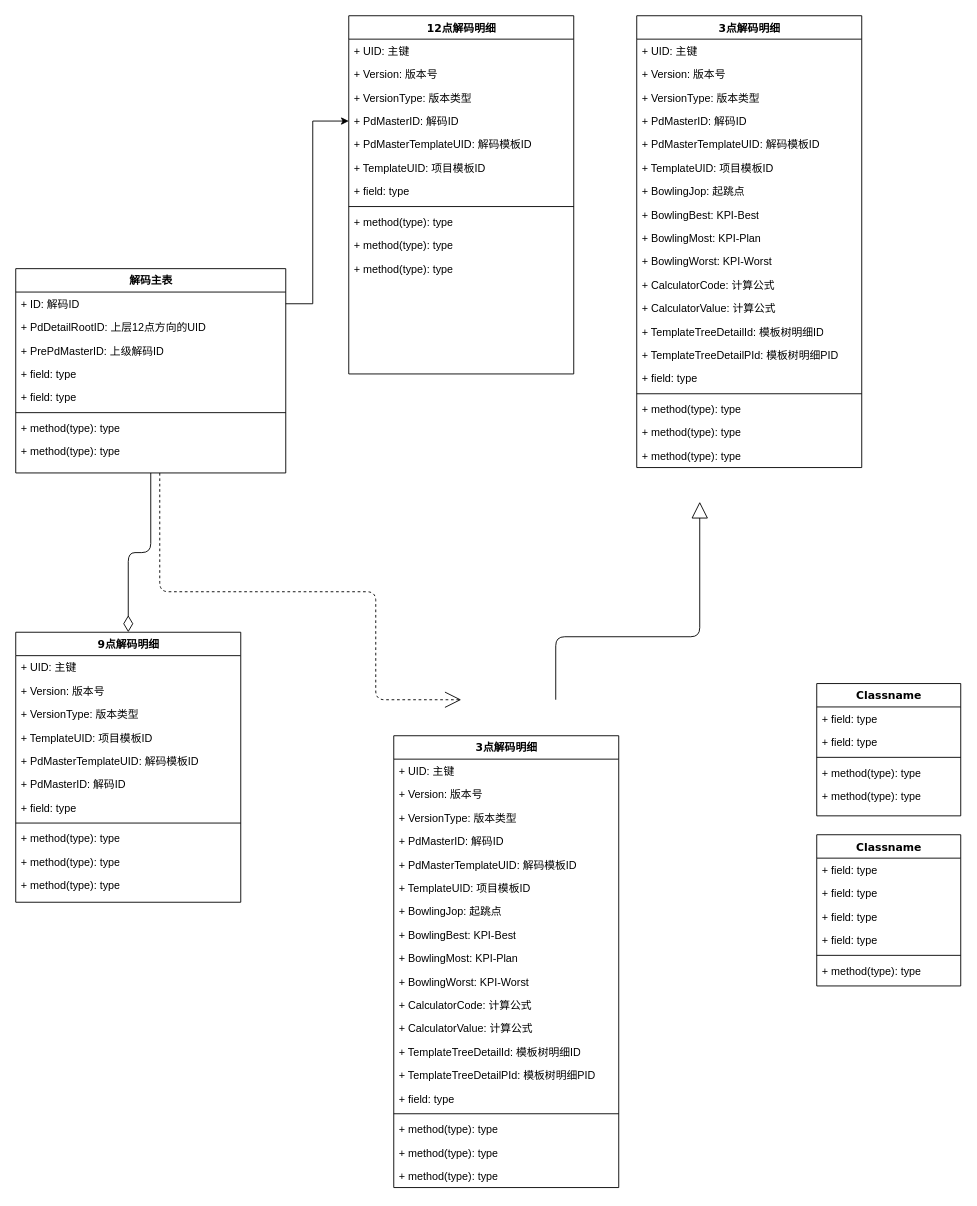
yunhaicaomei/drawio keeps this draw.io diagram as 未命名绘图.drawio. Above is the earlier version. Source tidied: cells renumbered, new cells numbered last; positions are measured from the earlier drawing's top-left corner, leaving out a move shared by most shapes. Both pictures are drawn from the tidied source at 90%, with x=0, y=0 at pixel (15, 15).
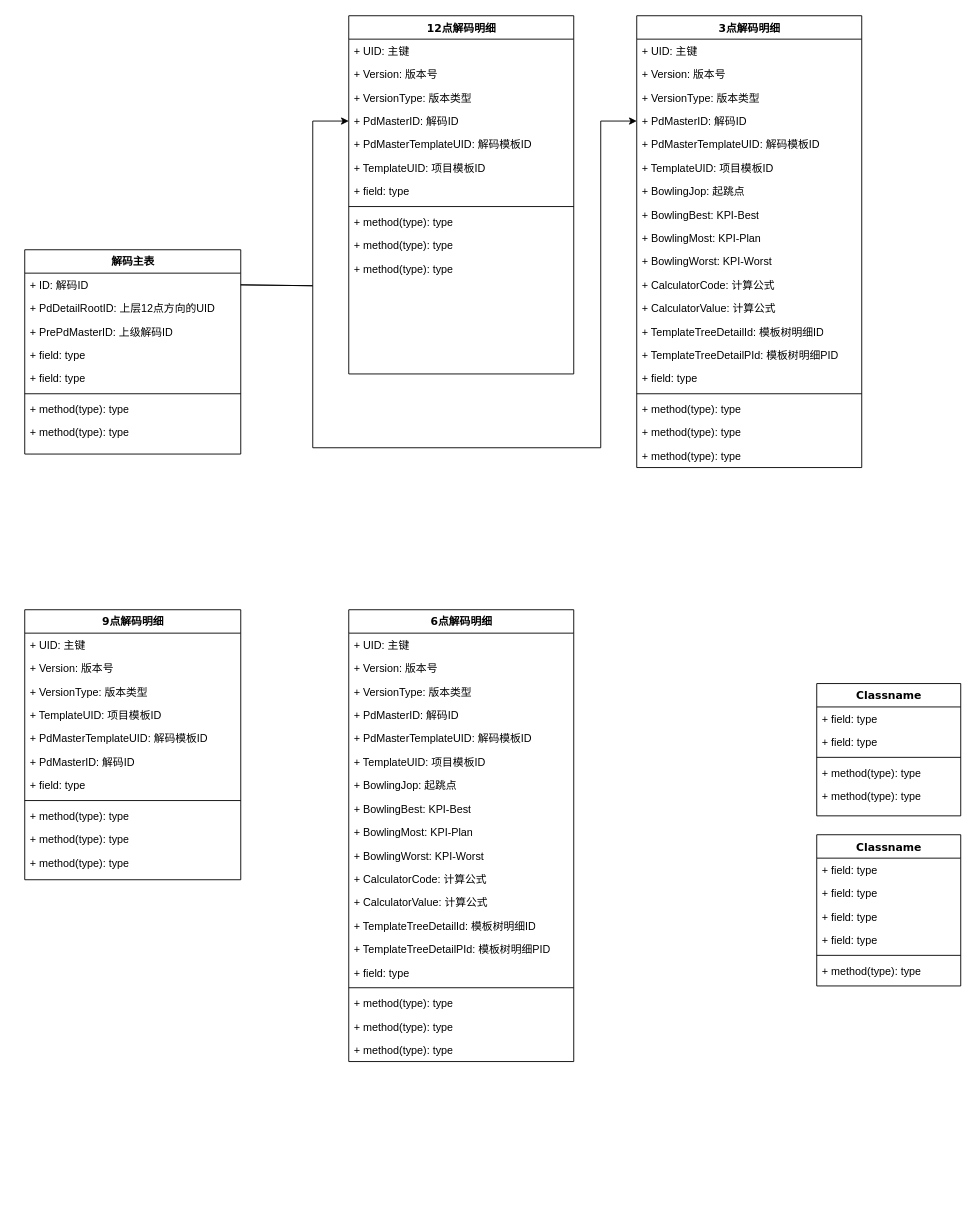
Above is the later version.

The change refers to these unchanged cells:
```xml
<mxCell id="17" value="+ PdMasterID: 解码ID" style="text;html=1;strokeColor=none;fillColor=none;align=left;verticalAlign=top;spacingLeft=4;spacingRight=4;whiteSpace=wrap;overflow=hidden;points=[[0,0.5],[1,0.5]];portConstraint=eastwest;" parent="13" vertex="1">
  <mxGeometry y="104" width="250" height="26" as="geometry" />
</mxCell>
<mxCell id="56" value="+ PdMasterID: 解码ID" style="text;html=1;strokeColor=none;fillColor=none;align=left;verticalAlign=top;spacingLeft=4;spacingRight=4;whiteSpace=wrap;overflow=hidden;points=[[0,0.5],[1,0.5]];portConstraint=eastwest;" parent="52" vertex="1">
  <mxGeometry y="104" width="250" height="26" as="geometry" />
</mxCell>
```

Change to the diagram source:
```diff
@@
-    <mxCell id="2" style="edgeStyle=orthogonalEdgeStyle;html=1;labelBackgroundColor=none;startFill=0;startSize=8;endArrow=open;endFill=0;endSize=16;fontFamily=Verdana;fontSize=12;dashed=1;entryX=0.5;entryY=0;entryDx=0;entryDy=0;" parent="1" edge="1" source="4">
-      <mxGeometry relative="1" as="geometry">
-        <mxPoint x="495" y="760" as="targetPoint" />
-        <Array as="points">
-          <mxPoint x="160" y="640" />
-          <mxPoint x="400" y="640" />
-          <mxPoint x="400" y="760" />
-        </Array>
-      </mxGeometry>
-    </mxCell>
-    <mxCell id="3" style="edgeStyle=orthogonalEdgeStyle;html=1;labelBackgroundColor=none;startFill=0;startSize=8;endArrow=diamondThin;endFill=0;endSize=16;fontFamily=Verdana;fontSize=12;entryX=0.5;entryY=0;entryDx=0;entryDy=0;" parent="1" edge="1" source="4" target="25">
-      <mxGeometry relative="1" as="geometry" />
-    </mxCell>
     <mxCell id="4" value="解码主表" style="swimlane;html=1;fontStyle=1;align=center;verticalAlign=top;horizontal=1;startSize=26;swimlaneFillColor=#ffffff;rounded=0;shadow=0;comic=0;labelBackgroundColor=none;strokeWidth=1;fillColor=none;fontFamily=Verdana;fontSize=12;" parent="1" vertex="1">
-      <mxGeometry y="281" width="300" height="227" as="geometry" />
+      <mxGeometry x="10" y="260" width="240" height="227" as="geometry" />
     </mxCell>
     <mxCell id="5" value="+ ID: 解码ID" style="text;html=1;strokeColor=none;fillColor=none;align=left;verticalAlign=top;spacingLeft=4;spacingRight=4;whiteSpace=wrap;overflow=hidden;points=[[0,0.5],[1,0.5]];portConstraint=eastwest;" parent="4" vertex="1">
-      <mxGeometry y="26" width="300" height="26" as="geometry" />
+      <mxGeometry y="26" width="240" height="26" as="geometry" />
     </mxCell>
     <mxCell id="6" value="+ PdDetailRootID: 上层12点方向的UID" style="text;html=1;strokeColor=none;fillColor=none;align=left;verticalAlign=top;spacingLeft=4;spacingRight=4;whiteSpace=wrap;overflow=hidden;" parent="4" vertex="1">
-      <mxGeometry y="52" width="300" height="26" as="geometry" />
+      <mxGeometry y="52" width="240" height="26" as="geometry" />
     </mxCell>
     <mxCell id="7" value="+ PrePdMasterID: 上级解码ID" style="text;html=1;strokeColor=none;fillColor=none;align=left;verticalAlign=top;spacingLeft=4;spacingRight=4;whiteSpace=wrap;overflow=hidden;" parent="4" vertex="1">
-      <mxGeometry y="78" width="300" height="26" as="geometry" />
+      <mxGeometry y="78" width="240" height="26" as="geometry" />
     </mxCell>
     <mxCell id="8" value="+ field: type" style="text;html=1;strokeColor=none;fillColor=none;align=left;verticalAlign=top;spacingLeft=4;spacingRight=4;whiteSpace=wrap;overflow=hidden;" parent="4" vertex="1">
-      <mxGeometry y="104" width="300" height="26" as="geometry" />
+      <mxGeometry y="104" width="240" height="26" as="geometry" />
     </mxCell>
     <mxCell id="9" value="+ field: type" style="text;html=1;strokeColor=none;fillColor=none;align=left;verticalAlign=top;spacingLeft=4;spacingRight=4;whiteSpace=wrap;overflow=hidden;" parent="4" vertex="1">
-      <mxGeometry y="130" width="300" height="26" as="geometry" />
+      <mxGeometry y="130" width="240" height="26" as="geometry" />
     </mxCell>
     <mxCell id="10" style="line;html=1;strokeWidth=1;fillColor=none;align=left;verticalAlign=middle;spacingTop=-1;spacingLeft=3;spacingRight=3;labelPosition=right;" parent="4" vertex="1">
-      <mxGeometry y="156" width="300" height="8" as="geometry" />
+      <mxGeometry y="156" width="240" height="8" as="geometry" />
     </mxCell>
     <mxCell id="11" value="+ method(type): type" style="text;html=1;strokeColor=none;fillColor=none;align=left;verticalAlign=top;spacingLeft=4;spacingRight=4;whiteSpace=wrap;overflow=hidden;" parent="4" vertex="1">
-      <mxGeometry y="164" width="300" height="26" as="geometry" />
+      <mxGeometry y="164" width="240" height="26" as="geometry" />
     </mxCell>
     <mxCell id="12" value="+ method(type): type" style="text;html=1;strokeColor=none;fillColor=none;align=left;verticalAlign=top;spacingLeft=4;spacingRight=4;whiteSpace=wrap;overflow=hidden;" parent="4" vertex="1">
-      <mxGeometry y="190" width="300" height="26" as="geometry" />
+      <mxGeometry y="190" width="240" height="26" as="geometry" />
     </mxCell>
@@
     <mxCell id="25" value="9点解码明细" style="swimlane;html=1;fontStyle=1;align=center;verticalAlign=top;horizontal=1;startSize=26;swimlaneFillColor=#ffffff;rounded=0;shadow=0;comic=0;labelBackgroundColor=none;strokeWidth=1;fillColor=none;fontFamily=Verdana;fontSize=12;" parent="1" vertex="1">
-      <mxGeometry y="685" width="250" height="300" as="geometry" />
+      <mxGeometry x="10" y="660" width="240" height="300" as="geometry" />
     </mxCell>
     <mxCell id="26" value="+ UID: 主键" style="text;html=1;strokeColor=none;fillColor=none;align=left;verticalAlign=top;spacingLeft=4;spacingRight=4;whiteSpace=wrap;overflow=hidden;" parent="25" vertex="1">
-      <mxGeometry y="26" width="250" height="26" as="geometry" />
+      <mxGeometry y="26" width="240" height="26" as="geometry" />
     </mxCell>
     <mxCell id="27" value="+ Version: 版本号" style="text;html=1;strokeColor=none;fillColor=none;align=left;verticalAlign=top;spacingLeft=4;spacingRight=4;whiteSpace=wrap;overflow=hidden;" parent="25" vertex="1">
-      <mxGeometry y="52" width="250" height="26" as="geometry" />
+      <mxGeometry y="52" width="240" height="26" as="geometry" />
     </mxCell>
     <mxCell id="28" value="+ VersionType: 版本类型" style="text;html=1;strokeColor=none;fillColor=none;align=left;verticalAlign=top;spacingLeft=4;spacingRight=4;whiteSpace=wrap;overflow=hidden;" parent="25" vertex="1">
-      <mxGeometry y="78" width="250" height="26" as="geometry" />
+      <mxGeometry y="78" width="240" height="26" as="geometry" />
     </mxCell>
     <mxCell id="29" value="+ TemplateUID: 项目模板ID" style="text;html=1;strokeColor=none;fillColor=none;align=left;verticalAlign=top;spacingLeft=4;spacingRight=4;whiteSpace=wrap;overflow=hidden;" parent="25" vertex="1">
-      <mxGeometry y="104" width="250" height="26" as="geometry" />
+      <mxGeometry y="104" width="240" height="26" as="geometry" />
     </mxCell>
     <mxCell id="30" value="+ PdMasterTemplateUID: 解码模板ID" style="text;html=1;strokeColor=none;fillColor=none;align=left;verticalAlign=top;spacingLeft=4;spacingRight=4;whiteSpace=wrap;overflow=hidden;" parent="25" vertex="1">
-      <mxGeometry y="130" width="250" height="26" as="geometry" />
+      <mxGeometry y="130" width="240" height="26" as="geometry" />
     </mxCell>
     <mxCell id="31" value="+ PdMasterID: 解码ID" style="text;html=1;strokeColor=none;fillColor=none;align=left;verticalAlign=top;spacingLeft=4;spacingRight=4;whiteSpace=wrap;overflow=hidden;" parent="25" vertex="1">
-      <mxGeometry y="156" width="250" height="26" as="geometry" />
+      <mxGeometry y="156" width="240" height="26" as="geometry" />
     </mxCell>
     <mxCell id="32" value="+ field: type" style="text;html=1;strokeColor=none;fillColor=none;align=left;verticalAlign=top;spacingLeft=4;spacingRight=4;whiteSpace=wrap;overflow=hidden;" parent="25" vertex="1">
-      <mxGeometry y="182" width="250" height="26" as="geometry" />
+      <mxGeometry y="182" width="240" height="26" as="geometry" />
     </mxCell>
     <mxCell id="33" style="line;html=1;strokeWidth=1;fillColor=none;align=left;verticalAlign=middle;spacingTop=-1;spacingLeft=3;spacingRight=3;labelPosition=right;" parent="25" vertex="1">
-      <mxGeometry y="208" width="250" height="8" as="geometry" />
+      <mxGeometry y="208" width="240" height="8" as="geometry" />
     </mxCell>
     <mxCell id="34" value="+ method(type): type" style="text;html=1;strokeColor=none;fillColor=none;align=left;verticalAlign=top;spacingLeft=4;spacingRight=4;whiteSpace=wrap;overflow=hidden;" parent="25" vertex="1">
-      <mxGeometry y="216" width="250" height="26" as="geometry" />
+      <mxGeometry y="216" width="240" height="26" as="geometry" />
     </mxCell>
     <mxCell id="35" value="+ method(type): type" style="text;html=1;strokeColor=none;fillColor=none;align=left;verticalAlign=top;spacingLeft=4;spacingRight=4;whiteSpace=wrap;overflow=hidden;" parent="25" vertex="1">
-      <mxGeometry y="242" width="250" height="26" as="geometry" />
+      <mxGeometry y="242" width="240" height="26" as="geometry" />
     </mxCell>
     <mxCell id="36" value="+ method(type): type" style="text;html=1;strokeColor=none;fillColor=none;align=left;verticalAlign=top;spacingLeft=4;spacingRight=4;whiteSpace=wrap;overflow=hidden;" parent="25" vertex="1">
-      <mxGeometry y="268" width="250" height="26" as="geometry" />
+      <mxGeometry y="268" width="240" height="26" as="geometry" />
     </mxCell>
@@
-    <mxCell id="38" style="edgeStyle=orthogonalEdgeStyle;html=1;labelBackgroundColor=none;startFill=0;startSize=8;endArrow=block;endFill=0;endSize=16;fontFamily=Verdana;fontSize=12;" parent="1" edge="1">
-      <mxGeometry relative="1" as="geometry">
-        <mxPoint x="600" y="760" as="sourcePoint" />
-        <mxPoint x="760" y="540" as="targetPoint" />
-        <Array as="points">
-          <mxPoint x="600" y="690" />
-          <mxPoint x="760" y="690" />
-        </Array>
-      </mxGeometry>
-    </mxCell>
@@
     <mxCell id="72" style="endArrow=classic;html=1;rounded=0;exitX=1;exitY=0.5;exitDx=0;exitDy=0;entryX=0;entryY=0.5;entryDx=0;entryDy=0;" parent="1" edge="1" source="5" target="17">
       <mxGeometry relative="1" as="geometry">
         <Array as="points">
-          <mxPoint x="330" y="320" />
+          <mxPoint x="330" y="300" />
           <mxPoint x="330" y="117" />
         </Array>
       </mxGeometry>
     </mxCell>
-    <mxCell id="73" value="3点解码明细" style="swimlane;html=1;fontStyle=1;align=center;verticalAlign=top;horizontal=1;startSize=26;swimlaneFillColor=#ffffff;rounded=0;shadow=0;comic=0;labelBackgroundColor=none;strokeWidth=1;fillColor=none;fontFamily=Verdana;fontSize=12;" parent="1" vertex="1">
-      <mxGeometry x="420" y="800" width="250" height="502" as="geometry" />
+    <mxCell id="73" value="6点解码明细" style="swimlane;html=1;fontStyle=1;align=center;verticalAlign=top;horizontal=1;startSize=26;swimlaneFillColor=#ffffff;rounded=0;shadow=0;comic=0;labelBackgroundColor=none;strokeWidth=1;fillColor=none;fontFamily=Verdana;fontSize=12;" parent="1" vertex="1">
+      <mxGeometry x="370" y="660" width="250" height="502" as="geometry" />
     </mxCell>
@@
+    <mxCell id="93" style="endArrow=classic;html=1;rounded=0;exitX=1;exitY=0.5;exitDx=0;exitDy=0;entryX=0;entryY=0.5;entryDx=0;entryDy=0;" parent="1" edge="1" source="5" target="56">
+      <mxGeometry relative="1" as="geometry">
+        <Array as="points">
+          <mxPoint x="330" y="300" />
+          <mxPoint x="330" y="480" />
+          <mxPoint x="650" y="480" />
+          <mxPoint x="650" y="117" />
+        </Array>
+      </mxGeometry>
+    </mxCell>
```
